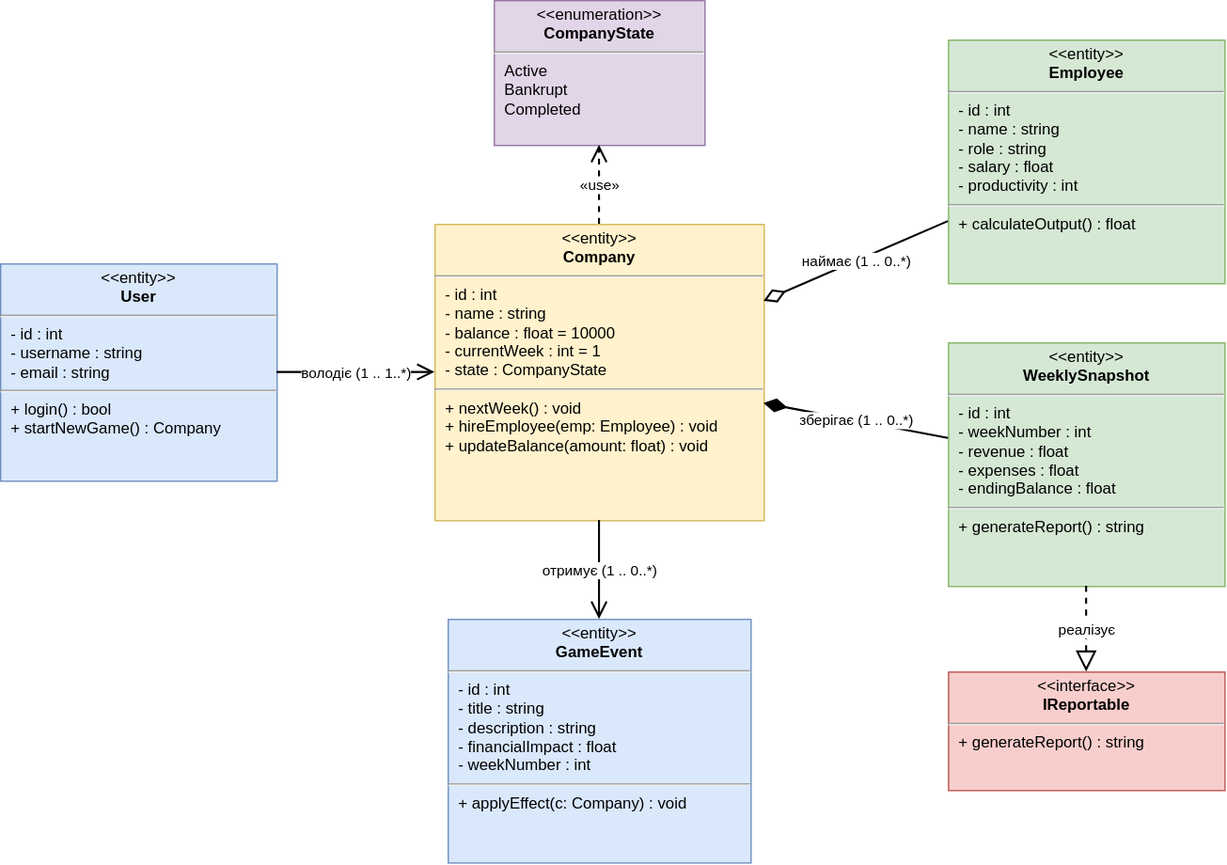
Above: docs/images/class-diagram.drawio.svg in yehor-kostiuk/sim (draw.io), before the change. Source tidied: cells renumbered, new cells last; positions are measured from the earlier drawing's top-left corner, leaving out a move shared by most shapes. The source it was exported from:
```xml
<mxGraphModel>
  <root>
    <mxCell id="0" />
    <mxCell id="1" parent="0" />
    <mxCell id="2" value="&lt;p style=&quot;margin:4px 0;text-align:center;&quot;&gt;&amp;lt;&amp;lt;entity&amp;gt;&amp;gt;&lt;br/&gt;&lt;b&gt;User&lt;/b&gt;&lt;/p&gt;&lt;hr/&gt;&lt;p style=&quot;margin:4px 8px;&quot;&gt;- id : int&lt;br/&gt;- username : string&lt;br/&gt;- email : string&lt;/p&gt;&lt;hr/&gt;&lt;p style=&quot;margin:4px 8px;&quot;&gt;+ login() : bool&lt;br/&gt;+ startNewGame() : Company&lt;/p&gt;" style="verticalAlign=top;align=left;overflow=fill;html=1;whiteSpace=wrap;fillColor=#dae8fc;strokeColor=#6c8ebf;fontSize=12;" parent="1" vertex="1">
      <mxGeometry y="200" width="210" height="165" as="geometry" />
    </mxCell>
    <mxCell id="3" value="&lt;p style=&quot;margin:4px 0;text-align:center;&quot;&gt;&amp;lt;&amp;lt;entity&amp;gt;&amp;gt;&lt;br/&gt;&lt;b&gt;Company&lt;/b&gt;&lt;/p&gt;&lt;hr/&gt;&lt;p style=&quot;margin:4px 8px;&quot;&gt;- id : int&lt;br/&gt;- name : string&lt;br/&gt;- balance : float = 10000&lt;br/&gt;- currentWeek : int = 1&lt;br/&gt;- state : CompanyState&lt;/p&gt;&lt;hr/&gt;&lt;p style=&quot;margin:4px 8px;&quot;&gt;+ nextWeek() : void&lt;br/&gt;+ hireEmployee(emp: Employee) : void&lt;br/&gt;+ updateBalance(amount: float) : void&lt;/p&gt;" style="verticalAlign=top;align=left;overflow=fill;html=1;whiteSpace=wrap;fillColor=#fff2cc;strokeColor=#d6b656;fontSize=12;" parent="1" vertex="1">
      <mxGeometry x="330" y="170" width="250" height="225" as="geometry" />
    </mxCell>
    <mxCell id="4" value="&lt;p style=&quot;margin:4px 0;text-align:center;&quot;&gt;&amp;lt;&amp;lt;enumeration&amp;gt;&amp;gt;&lt;br/&gt;&lt;b&gt;CompanyState&lt;/b&gt;&lt;/p&gt;&lt;hr/&gt;&lt;p style=&quot;margin:4px 8px;&quot;&gt;Active&lt;br/&gt;Bankrupt&lt;br/&gt;Completed&lt;/p&gt;" style="verticalAlign=top;align=left;overflow=fill;html=1;whiteSpace=wrap;fillColor=#e1d5e7;strokeColor=#9673a6;fontSize=12;" parent="1" vertex="1">
      <mxGeometry x="375" width="160" height="110" as="geometry" />
    </mxCell>
    <mxCell id="5" value="&lt;p style=&quot;margin:4px 0;text-align:center;&quot;&gt;&amp;lt;&amp;lt;entity&amp;gt;&amp;gt;&lt;br/&gt;&lt;b&gt;Employee&lt;/b&gt;&lt;/p&gt;&lt;hr/&gt;&lt;p style=&quot;margin:4px 8px;&quot;&gt;- id : int&lt;br/&gt;- name : string&lt;br/&gt;- role : string&lt;br/&gt;- salary : float&lt;br/&gt;- productivity : int&lt;/p&gt;&lt;hr/&gt;&lt;p style=&quot;margin:4px 8px;&quot;&gt;+ calculateOutput() : float&lt;/p&gt;" style="verticalAlign=top;align=left;overflow=fill;html=1;whiteSpace=wrap;fillColor=#d5e8d4;strokeColor=#82b366;fontSize=12;" parent="1" vertex="1">
      <mxGeometry x="720" y="30" width="210" height="185" as="geometry" />
    </mxCell>
    <mxCell id="6" value="&lt;p style=&quot;margin:4px 0;text-align:center;&quot;&gt;&amp;lt;&amp;lt;entity&amp;gt;&amp;gt;&lt;br/&gt;&lt;b&gt;WeeklySnapshot&lt;/b&gt;&lt;/p&gt;&lt;hr/&gt;&lt;p style=&quot;margin:4px 8px;&quot;&gt;- id : int&lt;br/&gt;- weekNumber : int&lt;br/&gt;- revenue : float&lt;br/&gt;- expenses : float&lt;br/&gt;- endingBalance : float&lt;/p&gt;&lt;hr/&gt;&lt;p style=&quot;margin:4px 8px;&quot;&gt;+ generateReport() : string&lt;/p&gt;" style="verticalAlign=top;align=left;overflow=fill;html=1;whiteSpace=wrap;fillColor=#d5e8d4;strokeColor=#82b366;fontSize=12;" parent="1" vertex="1">
      <mxGeometry x="720" y="260" width="210" height="185" as="geometry" />
    </mxCell>
    <mxCell id="7" value="&lt;p style=&quot;margin:4px 0;text-align:center;&quot;&gt;&amp;lt;&amp;lt;interface&amp;gt;&amp;gt;&lt;br/&gt;&lt;b&gt;IReportable&lt;/b&gt;&lt;/p&gt;&lt;hr/&gt;&lt;p style=&quot;margin:4px 8px;&quot;&gt;+ generateReport() : string&lt;/p&gt;" style="verticalAlign=top;align=left;overflow=fill;html=1;whiteSpace=wrap;fillColor=#f8cecc;strokeColor=#b85450;fontSize=12;" parent="1" vertex="1">
      <mxGeometry x="720" y="510" width="210" height="90" as="geometry" />
    </mxCell>
    <mxCell id="8" value="&lt;p style=&quot;margin:4px 0;text-align:center;&quot;&gt;&amp;lt;&amp;lt;entity&amp;gt;&amp;gt;&lt;br/&gt;&lt;b&gt;GameEvent&lt;/b&gt;&lt;/p&gt;&lt;hr/&gt;&lt;p style=&quot;margin:4px 8px;&quot;&gt;- id : int&lt;br/&gt;- title : string&lt;br/&gt;- description : string&lt;br/&gt;- financialImpact : float&lt;br/&gt;- weekNumber : int&lt;/p&gt;&lt;hr/&gt;&lt;p style=&quot;margin:4px 8px;&quot;&gt;+ applyEffect(c: Company) : void&lt;/p&gt;" style="verticalAlign=top;align=left;overflow=fill;html=1;whiteSpace=wrap;fillColor=#dae8fc;strokeColor=#6c8ebf;fontSize=12;" parent="1" vertex="1">
      <mxGeometry x="340" y="470" width="230" height="185" as="geometry" />
    </mxCell>
    <mxCell id="9" value="володіє (1 .. 1..*)" style="endArrow=open;endFill=0;endSize=10;html=1;strokeWidth=1.5;" parent="1" edge="1" source="2" target="3">
      <mxGeometry relative="1" as="geometry" />
    </mxCell>
    <mxCell id="10" value="наймає (1 .. 0..*)" style="startArrow=diamondThin;startFill=0;startSize=14;endArrow=none;html=1;strokeWidth=1.5;" parent="1" edge="1" source="3" target="5">
      <mxGeometry relative="1" as="geometry" />
    </mxCell>
    <mxCell id="11" value="зберігає (1 .. 0..*)" style="startArrow=diamondThin;startFill=1;startSize=14;endArrow=none;html=1;strokeWidth=1.5;" parent="1" edge="1" source="3" target="6">
      <mxGeometry relative="1" as="geometry" />
    </mxCell>
    <mxCell id="12" value="отримує (1 .. 0..*)" style="endArrow=open;endFill=0;endSize=10;html=1;strokeWidth=1.5;" parent="1" edge="1" source="3" target="8">
      <mxGeometry relative="1" as="geometry" />
    </mxCell>
    <mxCell id="13" value="«use»" style="dashed=1;endArrow=open;endFill=0;endSize=10;html=1;strokeWidth=1.5;" parent="1" edge="1" source="3" target="4">
      <mxGeometry relative="1" as="geometry" />
    </mxCell>
    <mxCell id="14" value="реалізує" style="dashed=1;endArrow=block;endFill=0;endSize=12;html=1;strokeWidth=1.5;" parent="1" edge="1" source="6" target="7">
      <mxGeometry relative="1" as="geometry" />
    </mxCell>
  </root>
</mxGraphModel>
```
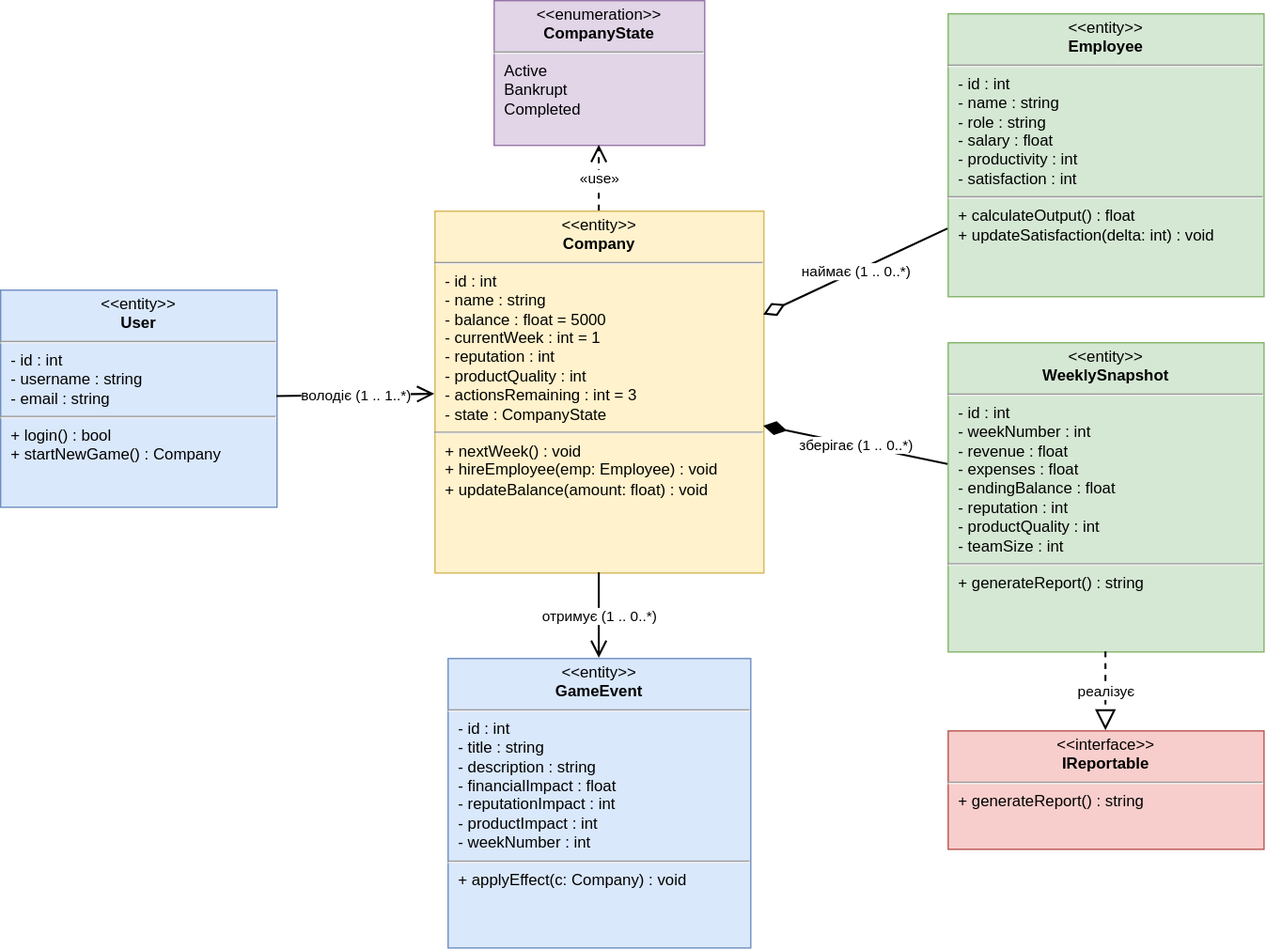
After the change.

The edit, as a diff of the source:
```diff
@@ -3,25 +3,25 @@
     <mxCell id="0" />
     <mxCell id="1" parent="0" />
     <mxCell id="2" value="&lt;p style=&quot;margin:4px 0;text-align:center;&quot;&gt;&amp;lt;&amp;lt;entity&amp;gt;&amp;gt;&lt;br/&gt;&lt;b&gt;User&lt;/b&gt;&lt;/p&gt;&lt;hr/&gt;&lt;p style=&quot;margin:4px 8px;&quot;&gt;- id : int&lt;br/&gt;- username : string&lt;br/&gt;- email : string&lt;/p&gt;&lt;hr/&gt;&lt;p style=&quot;margin:4px 8px;&quot;&gt;+ login() : bool&lt;br/&gt;+ startNewGame() : Company&lt;/p&gt;" style="verticalAlign=top;align=left;overflow=fill;html=1;whiteSpace=wrap;fillColor=#dae8fc;strokeColor=#6c8ebf;fontSize=12;" parent="1" vertex="1">
-      <mxGeometry y="200" width="210" height="165" as="geometry" />
+      <mxGeometry x="-10" y="220" width="210" height="165" as="geometry" />
     </mxCell>
-    <mxCell id="3" value="&lt;p style=&quot;margin:4px 0;text-align:center;&quot;&gt;&amp;lt;&amp;lt;entity&amp;gt;&amp;gt;&lt;br/&gt;&lt;b&gt;Company&lt;/b&gt;&lt;/p&gt;&lt;hr/&gt;&lt;p style=&quot;margin:4px 8px;&quot;&gt;- id : int&lt;br/&gt;- name : string&lt;br/&gt;- balance : float = 10000&lt;br/&gt;- currentWeek : int = 1&lt;br/&gt;- state : CompanyState&lt;/p&gt;&lt;hr/&gt;&lt;p style=&quot;margin:4px 8px;&quot;&gt;+ nextWeek() : void&lt;br/&gt;+ hireEmployee(emp: Employee) : void&lt;br/&gt;+ updateBalance(amount: float) : void&lt;/p&gt;" style="verticalAlign=top;align=left;overflow=fill;html=1;whiteSpace=wrap;fillColor=#fff2cc;strokeColor=#d6b656;fontSize=12;" parent="1" vertex="1">
-      <mxGeometry x="330" y="170" width="250" height="225" as="geometry" />
+    <mxCell id="3" value="&lt;p style=&quot;margin:4px 0;text-align:center;&quot;&gt;&amp;lt;&amp;lt;entity&amp;gt;&amp;gt;&lt;br/&gt;&lt;b&gt;Company&lt;/b&gt;&lt;/p&gt;&lt;hr/&gt;&lt;p style=&quot;margin:4px 8px;&quot;&gt;- id : int&lt;br/&gt;- name : string&lt;br/&gt;- balance : float = 5000&lt;br/&gt;- currentWeek : int = 1&lt;br/&gt;- reputation : int&lt;br/&gt;- productQuality : int&lt;br/&gt;- actionsRemaining : int = 3&lt;br/&gt;- state : CompanyState&lt;/p&gt;&lt;hr/&gt;&lt;p style=&quot;margin:4px 8px;&quot;&gt;+ nextWeek() : void&lt;br/&gt;+ hireEmployee(emp: Employee) : void&lt;br/&gt;+ updateBalance(amount: float) : void&lt;/p&gt;" style="verticalAlign=top;align=left;overflow=fill;html=1;whiteSpace=wrap;fillColor=#fff2cc;strokeColor=#d6b656;fontSize=12;" parent="1" vertex="1">
+      <mxGeometry x="320" y="160" width="250" height="275" as="geometry" />
     </mxCell>
     <mxCell id="4" value="&lt;p style=&quot;margin:4px 0;text-align:center;&quot;&gt;&amp;lt;&amp;lt;enumeration&amp;gt;&amp;gt;&lt;br/&gt;&lt;b&gt;CompanyState&lt;/b&gt;&lt;/p&gt;&lt;hr/&gt;&lt;p style=&quot;margin:4px 8px;&quot;&gt;Active&lt;br/&gt;Bankrupt&lt;br/&gt;Completed&lt;/p&gt;" style="verticalAlign=top;align=left;overflow=fill;html=1;whiteSpace=wrap;fillColor=#e1d5e7;strokeColor=#9673a6;fontSize=12;" parent="1" vertex="1">
-      <mxGeometry x="375" width="160" height="110" as="geometry" />
+      <mxGeometry x="365" width="160" height="110" as="geometry" />
     </mxCell>
-    <mxCell id="5" value="&lt;p style=&quot;margin:4px 0;text-align:center;&quot;&gt;&amp;lt;&amp;lt;entity&amp;gt;&amp;gt;&lt;br/&gt;&lt;b&gt;Employee&lt;/b&gt;&lt;/p&gt;&lt;hr/&gt;&lt;p style=&quot;margin:4px 8px;&quot;&gt;- id : int&lt;br/&gt;- name : string&lt;br/&gt;- role : string&lt;br/&gt;- salary : float&lt;br/&gt;- productivity : int&lt;/p&gt;&lt;hr/&gt;&lt;p style=&quot;margin:4px 8px;&quot;&gt;+ calculateOutput() : float&lt;/p&gt;" style="verticalAlign=top;align=left;overflow=fill;html=1;whiteSpace=wrap;fillColor=#d5e8d4;strokeColor=#82b366;fontSize=12;" parent="1" vertex="1">
-      <mxGeometry x="720" y="30" width="210" height="185" as="geometry" />
+    <mxCell id="5" value="&lt;p style=&quot;margin:4px 0;text-align:center;&quot;&gt;&amp;lt;&amp;lt;entity&amp;gt;&amp;gt;&lt;br/&gt;&lt;b&gt;Employee&lt;/b&gt;&lt;/p&gt;&lt;hr/&gt;&lt;p style=&quot;margin:4px 8px;&quot;&gt;- id : int&lt;br/&gt;- name : string&lt;br/&gt;- role : string&lt;br/&gt;- salary : float&lt;br/&gt;- productivity : int&lt;br/&gt;- satisfaction : int&lt;/p&gt;&lt;hr/&gt;&lt;p style=&quot;margin:4px 8px;&quot;&gt;+ calculateOutput() : float&lt;br/&gt;+ updateSatisfaction(delta: int) : void&lt;/p&gt;" style="verticalAlign=top;align=left;overflow=fill;html=1;whiteSpace=wrap;fillColor=#d5e8d4;strokeColor=#82b366;fontSize=12;" parent="1" vertex="1">
+      <mxGeometry x="710" y="10" width="240" height="215" as="geometry" />
     </mxCell>
-    <mxCell id="6" value="&lt;p style=&quot;margin:4px 0;text-align:center;&quot;&gt;&amp;lt;&amp;lt;entity&amp;gt;&amp;gt;&lt;br/&gt;&lt;b&gt;WeeklySnapshot&lt;/b&gt;&lt;/p&gt;&lt;hr/&gt;&lt;p style=&quot;margin:4px 8px;&quot;&gt;- id : int&lt;br/&gt;- weekNumber : int&lt;br/&gt;- revenue : float&lt;br/&gt;- expenses : float&lt;br/&gt;- endingBalance : float&lt;/p&gt;&lt;hr/&gt;&lt;p style=&quot;margin:4px 8px;&quot;&gt;+ generateReport() : string&lt;/p&gt;" style="verticalAlign=top;align=left;overflow=fill;html=1;whiteSpace=wrap;fillColor=#d5e8d4;strokeColor=#82b366;fontSize=12;" parent="1" vertex="1">
-      <mxGeometry x="720" y="260" width="210" height="185" as="geometry" />
+    <mxCell id="6" value="&lt;p style=&quot;margin:4px 0;text-align:center;&quot;&gt;&amp;lt;&amp;lt;entity&amp;gt;&amp;gt;&lt;br/&gt;&lt;b&gt;WeeklySnapshot&lt;/b&gt;&lt;/p&gt;&lt;hr/&gt;&lt;p style=&quot;margin:4px 8px;&quot;&gt;- id : int&lt;br/&gt;- weekNumber : int&lt;br/&gt;- revenue : float&lt;br/&gt;- expenses : float&lt;br/&gt;- endingBalance : float&lt;br/&gt;- reputation : int&lt;br/&gt;- productQuality : int&lt;br/&gt;- teamSize : int&lt;/p&gt;&lt;hr/&gt;&lt;p style=&quot;margin:4px 8px;&quot;&gt;+ generateReport() : string&lt;/p&gt;" style="verticalAlign=top;align=left;overflow=fill;html=1;whiteSpace=wrap;fillColor=#d5e8d4;strokeColor=#82b366;fontSize=12;" parent="1" vertex="1">
+      <mxGeometry x="710" y="260" width="240" height="235" as="geometry" />
     </mxCell>
     <mxCell id="7" value="&lt;p style=&quot;margin:4px 0;text-align:center;&quot;&gt;&amp;lt;&amp;lt;interface&amp;gt;&amp;gt;&lt;br/&gt;&lt;b&gt;IReportable&lt;/b&gt;&lt;/p&gt;&lt;hr/&gt;&lt;p style=&quot;margin:4px 8px;&quot;&gt;+ generateReport() : string&lt;/p&gt;" style="verticalAlign=top;align=left;overflow=fill;html=1;whiteSpace=wrap;fillColor=#f8cecc;strokeColor=#b85450;fontSize=12;" parent="1" vertex="1">
-      <mxGeometry x="720" y="510" width="210" height="90" as="geometry" />
+      <mxGeometry x="710" y="555" width="240" height="90" as="geometry" />
     </mxCell>
-    <mxCell id="8" value="&lt;p style=&quot;margin:4px 0;text-align:center;&quot;&gt;&amp;lt;&amp;lt;entity&amp;gt;&amp;gt;&lt;br/&gt;&lt;b&gt;GameEvent&lt;/b&gt;&lt;/p&gt;&lt;hr/&gt;&lt;p style=&quot;margin:4px 8px;&quot;&gt;- id : int&lt;br/&gt;- title : string&lt;br/&gt;- description : string&lt;br/&gt;- financialImpact : float&lt;br/&gt;- weekNumber : int&lt;/p&gt;&lt;hr/&gt;&lt;p style=&quot;margin:4px 8px;&quot;&gt;+ applyEffect(c: Company) : void&lt;/p&gt;" style="verticalAlign=top;align=left;overflow=fill;html=1;whiteSpace=wrap;fillColor=#dae8fc;strokeColor=#6c8ebf;fontSize=12;" parent="1" vertex="1">
-      <mxGeometry x="340" y="470" width="230" height="185" as="geometry" />
+    <mxCell id="8" value="&lt;p style=&quot;margin:4px 0;text-align:center;&quot;&gt;&amp;lt;&amp;lt;entity&amp;gt;&amp;gt;&lt;br/&gt;&lt;b&gt;GameEvent&lt;/b&gt;&lt;/p&gt;&lt;hr/&gt;&lt;p style=&quot;margin:4px 8px;&quot;&gt;- id : int&lt;br/&gt;- title : string&lt;br/&gt;- description : string&lt;br/&gt;- financialImpact : float&lt;br/&gt;- reputationImpact : int&lt;br/&gt;- productImpact : int&lt;br/&gt;- weekNumber : int&lt;/p&gt;&lt;hr/&gt;&lt;p style=&quot;margin:4px 8px;&quot;&gt;+ applyEffect(c: Company) : void&lt;/p&gt;" style="verticalAlign=top;align=left;overflow=fill;html=1;whiteSpace=wrap;fillColor=#dae8fc;strokeColor=#6c8ebf;fontSize=12;" parent="1" vertex="1">
+      <mxGeometry x="330" y="500" width="230" height="220" as="geometry" />
     </mxCell>
     <mxCell id="9" value="володіє (1 .. 1..*)" style="endArrow=open;endFill=0;endSize=10;html=1;strokeWidth=1.5;" parent="1" edge="1" source="2" target="3">
       <mxGeometry relative="1" as="geometry" />
```
